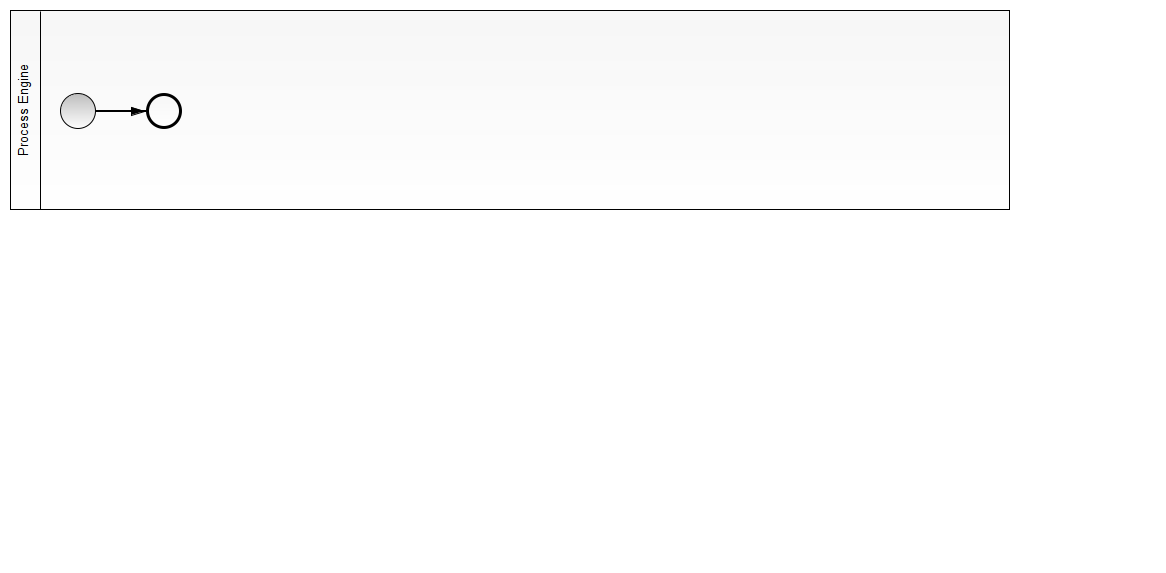
Above: bpm/purchase/request/steel/src/main/resources/process.png in altamira/altamira-data-backward (BPMN), before the change. Its source is kept beside it as bpm/purchase/request/steel/src/main/resources/process.bpmn. Ids are renumbered. Its diagram source:
```xml
<bpmn2:definitions xmlns:xsi="http://www.w3.org/2001/XMLSchema-instance" xmlns:camunda="http://activiti.org/bpmn" xmlns:bpmn2="http://www.omg.org/spec/BPMN/20100524/MODEL" xmlns:bpmndi="http://www.omg.org/spec/BPMN/20100524/DI" xmlns:dc="http://www.omg.org/spec/DD/20100524/DC" xmlns:di="http://www.omg.org/spec/DD/20100524/DI" xsi:schemaLocation="http://www.omg.org/spec/BPMN/20100524/MODEL BPMN20.xsd" id="Definitions_1" targetNamespace="http://www.example.org/bpmn">
  <bpmn2:collaboration id="Collaboration_1" name="Default Collaboration">
    <bpmn2:participant id="Process_Engine" name="Process Engine" processRef="steel"/>
  </bpmn2:collaboration>
  <bpmn2:process id="steel" name="steel" isExecutable="true">
    <bpmn2:startEvent id="StartEvent_1">
      <bpmn2:outgoing>SequenceFlow_1</bpmn2:outgoing>
    </bpmn2:startEvent>
    <bpmn2:endEvent id="EndEvent_1">
      <bpmn2:incoming>SequenceFlow_1</bpmn2:incoming>
    </bpmn2:endEvent>
    <bpmn2:sequenceFlow id="SequenceFlow_1" sourceRef="StartEvent_1" targetRef="EndEvent_1"/>
  </bpmn2:process>
  <bpmndi:BPMNDiagram id="BPMNDiagram_1" name="Default Collaboration Diagram">
    <bpmndi:BPMNPlane id="BPMNPlane_1" bpmnElement="Collaboration_1">
      <bpmndi:BPMNShape id="BPMNShape_1" bpmnElement="Process_Engine" isHorizontal="true">
        <dc:Bounds height="200.0" width="1000.0" x="10.0" y="10.0"/>
      </bpmndi:BPMNShape>
      <bpmndi:BPMNShape id="BPMNShape_StartEvent_1" bpmnElement="StartEvent_1">
        <dc:Bounds height="36.0" width="36.0" x="60.0" y="93.0"/>
        <bpmndi:BPMNLabel>
          <dc:Bounds height="6.0" width="6.0" x="78.0" y="131.0"/>
        </bpmndi:BPMNLabel>
      </bpmndi:BPMNShape>
      <bpmndi:BPMNShape id="BPMNShape_EndEvent_1" bpmnElement="EndEvent_1">
        <dc:Bounds height="36.0" width="36.0" x="146.0" y="93.0"/>
        <bpmndi:BPMNLabel>
          <dc:Bounds height="6.0" width="6.0" x="164.0" y="131.0"/>
        </bpmndi:BPMNLabel>
      </bpmndi:BPMNShape>
      <bpmndi:BPMNEdge id="BPMNEdge_SequenceFlow_1" bpmnElement="SequenceFlow_1" sourceElement="BPMNShape_StartEvent_1" targetElement="BPMNShape_EndEvent_1">
        <di:waypoint xsi:type="dc:Point" x="96.0" y="111.0"/>
        <di:waypoint xsi:type="dc:Point" x="146.0" y="111.0"/>
      </bpmndi:BPMNEdge>
    </bpmndi:BPMNPlane>
  </bpmndi:BPMNDiagram>
</bpmn2:definitions>
```
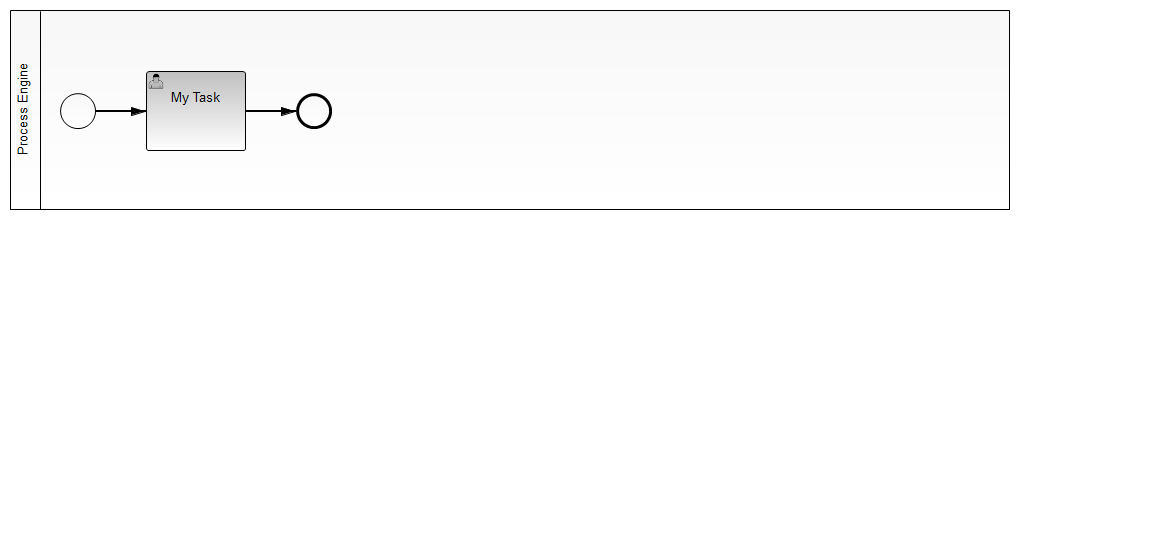
Later version of the same file.

Commit message:
task assignment notification.

What changed in the source:
```diff
@@ -1,15 +1,23 @@
-<bpmn2:definitions xmlns:xsi="http://www.w3.org/2001/XMLSchema-instance" xmlns:camunda="http://activiti.org/bpmn" xmlns:bpmn2="http://www.omg.org/spec/BPMN/20100524/MODEL" xmlns:bpmndi="http://www.omg.org/spec/BPMN/20100524/DI" xmlns:dc="http://www.omg.org/spec/DD/20100524/DC" xmlns:di="http://www.omg.org/spec/DD/20100524/DI" xsi:schemaLocation="http://www.omg.org/spec/BPMN/20100524/MODEL BPMN20.xsd" id="Definitions_1" targetNamespace="http://www.example.org/bpmn">
+<bpmn2:definitions xmlns:xsi="http://www.w3.org/2001/XMLSchema-instance" xmlns:bpmn2="http://www.omg.org/spec/BPMN/20100524/MODEL" xmlns:bpmndi="http://www.omg.org/spec/BPMN/20100524/DI" xmlns:camunda="http://activiti.org/bpmn" xmlns:dc="http://www.omg.org/spec/DD/20100524/DC" xmlns:di="http://www.omg.org/spec/DD/20100524/DI" xsi:schemaLocation="http://www.omg.org/spec/BPMN/20100524/MODEL BPMN20.xsd" id="Definitions_1" exporter="camunda modeler" exporterVersion="2.6.0" targetNamespace="http://www.example.org/bpmn">
   <bpmn2:collaboration id="Collaboration_1" name="Default Collaboration">
     <bpmn2:participant id="Process_Engine" name="Process Engine" processRef="steel"/>
   </bpmn2:collaboration>
   <bpmn2:process id="steel" name="steel" isExecutable="true">
     <bpmn2:startEvent id="StartEvent_1">
-      <bpmn2:outgoing>SequenceFlow_1</bpmn2:outgoing>
+      <bpmn2:outgoing>SequenceFlow_2</bpmn2:outgoing>
     </bpmn2:startEvent>
-    <bpmn2:endEvent id="EndEvent_1">
-      <bpmn2:incoming>SequenceFlow_1</bpmn2:incoming>
+    <bpmn2:userTask id="ServiceTask_1" camunda:assignee="demo" name="My Task">
+      <bpmn2:extensionElements>
+        <camunda:taskListener class="br.com.altamira.bpm.purchase.request.steel.NotifyTaskAssignedListener" event="assignment"/>
+      </bpmn2:extensionElements>
+      <bpmn2:incoming>SequenceFlow_2</bpmn2:incoming>
+      <bpmn2:outgoing>SequenceFlow_3</bpmn2:outgoing>
+    </bpmn2:userTask>
+    <bpmn2:sequenceFlow id="SequenceFlow_2" name="" sourceRef="StartEvent_1" targetRef="ServiceTask_1"/>
+    <bpmn2:endEvent id="EndEvent_2">
+      <bpmn2:incoming>SequenceFlow_3</bpmn2:incoming>
     </bpmn2:endEvent>
-    <bpmn2:sequenceFlow id="SequenceFlow_1" sourceRef="StartEvent_1" targetRef="EndEvent_1"/>
+    <bpmn2:sequenceFlow id="SequenceFlow_3" name="" sourceRef="ServiceTask_1" targetRef="EndEvent_2"/>
   </bpmn2:process>
   <bpmndi:BPMNDiagram id="BPMNDiagram_1" name="Default Collaboration Diagram">
     <bpmndi:BPMNPlane id="BPMNPlane_1" bpmnElement="Collaboration_1">
@@ -22,15 +30,19 @@
           <dc:Bounds height="6.0" width="6.0" x="78.0" y="131.0"/>
         </bpmndi:BPMNLabel>
       </bpmndi:BPMNShape>
-      <bpmndi:BPMNShape id="BPMNShape_EndEvent_1" bpmnElement="EndEvent_1">
-        <dc:Bounds height="36.0" width="36.0" x="146.0" y="93.0"/>
-        <bpmndi:BPMNLabel>
-          <dc:Bounds height="6.0" width="6.0" x="164.0" y="131.0"/>
-        </bpmndi:BPMNLabel>
+      <bpmndi:BPMNShape id="_BPMNShape_ServiceTask_2" bpmnElement="ServiceTask_1">
+        <dc:Bounds height="80.0" width="100.0" x="146.0" y="71.0"/>
       </bpmndi:BPMNShape>
-      <bpmndi:BPMNEdge id="BPMNEdge_SequenceFlow_1" bpmnElement="SequenceFlow_1" sourceElement="BPMNShape_StartEvent_1" targetElement="BPMNShape_EndEvent_1">
+      <bpmndi:BPMNEdge id="BPMNEdge_SequenceFlow_2" bpmnElement="SequenceFlow_2" sourceElement="BPMNShape_StartEvent_1" targetElement="_BPMNShape_ServiceTask_2">
         <di:waypoint xsi:type="dc:Point" x="96.0" y="111.0"/>
         <di:waypoint xsi:type="dc:Point" x="146.0" y="111.0"/>
+      </bpmndi:BPMNEdge>
+      <bpmndi:BPMNShape id="_BPMNShape_EndEvent_2" bpmnElement="EndEvent_2">
+        <dc:Bounds height="36.0" width="36.0" x="296.0" y="93.0"/>
+      </bpmndi:BPMNShape>
+      <bpmndi:BPMNEdge id="BPMNEdge_SequenceFlow_3" bpmnElement="SequenceFlow_3" sourceElement="_BPMNShape_ServiceTask_2" targetElement="_BPMNShape_EndEvent_2">
+        <di:waypoint xsi:type="dc:Point" x="246.0" y="111.0"/>
+        <di:waypoint xsi:type="dc:Point" x="296.0" y="111.0"/>
       </bpmndi:BPMNEdge>
     </bpmndi:BPMNPlane>
   </bpmndi:BPMNDiagram>
```
